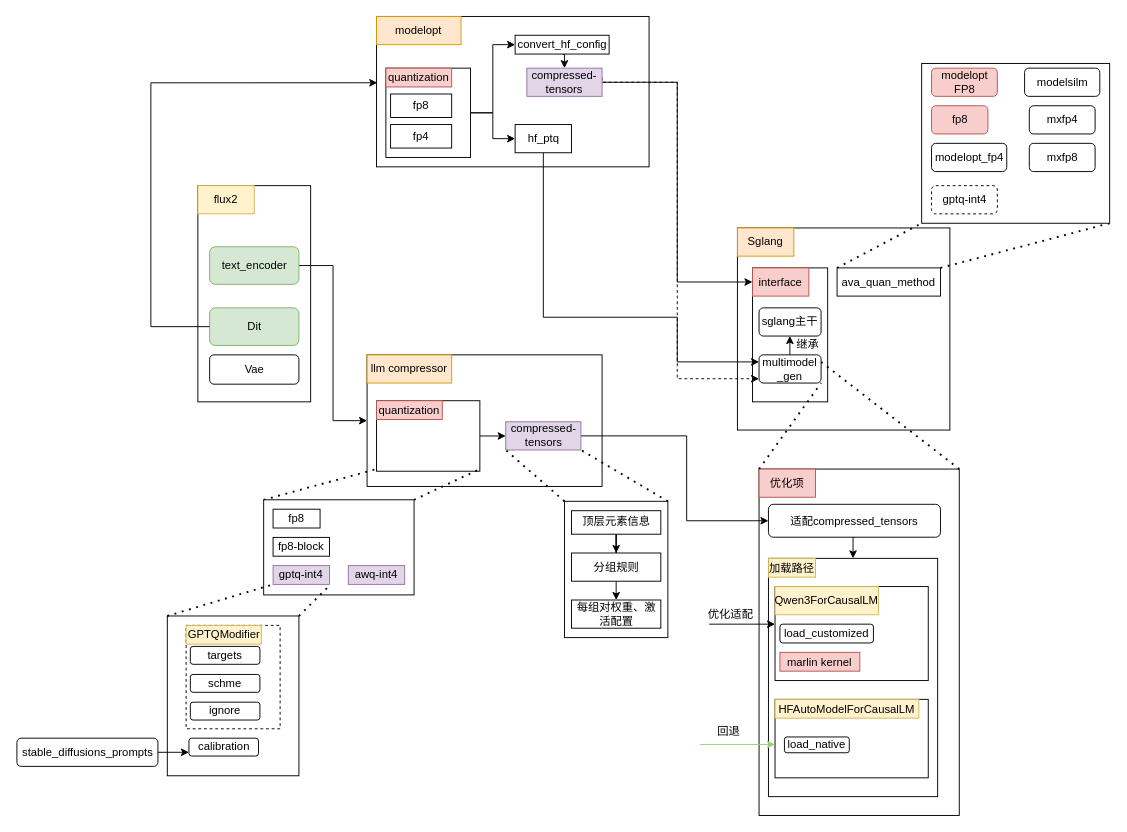
mth-del/Ai_Infra keeps this draw.io diagram as resouces/llm_comperssor.drawio. Above is the earlier version. Source tidied: cells renumbered, new cells numbered last; positions are measured from the earlier drawing's top-left corner, leaving out a move shared by most shapes. Both pictures are drawn from the tidied source at 94%, with x=0, y=0 at pixel (17, 16).
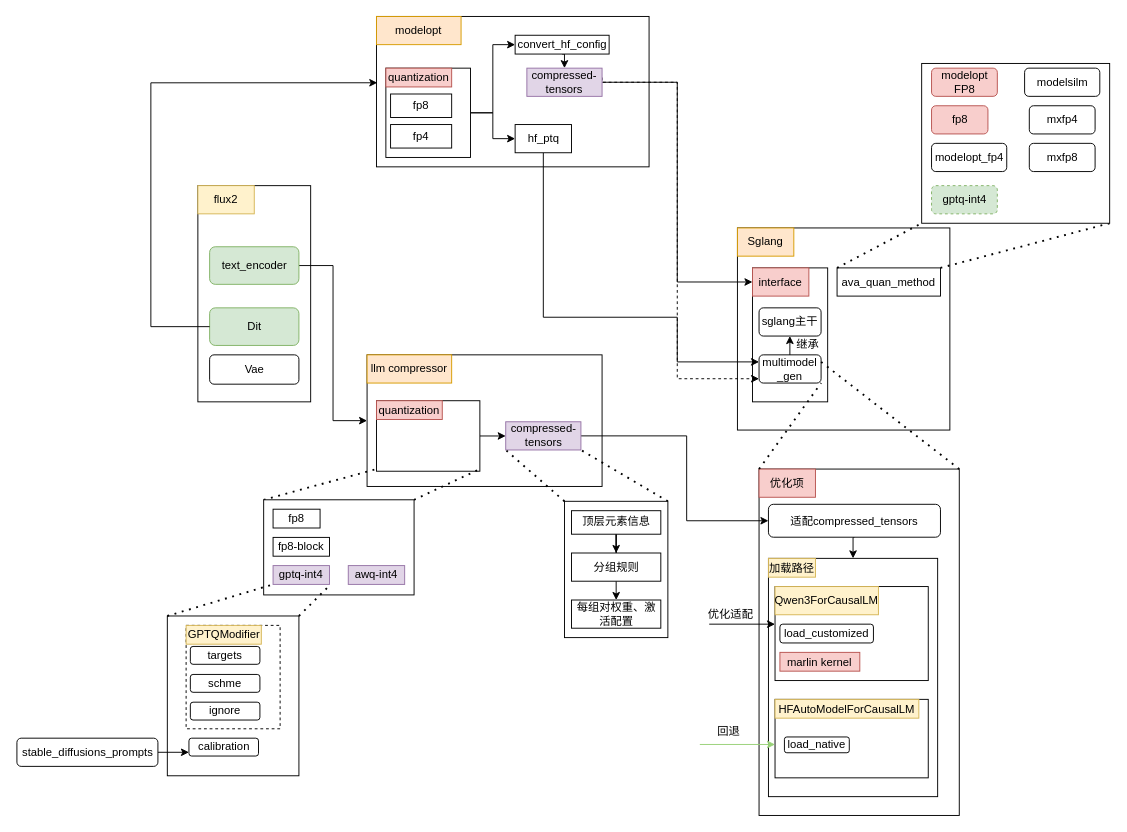
The same diagram, later.

What changed in the source:
```diff
@@
-    <mxCell id="77" value="gptq-int4" style="rounded=1;whiteSpace=wrap;html=1;dashed=1;" parent="1" vertex="1">
+    <mxCell id="77" value="gptq-int4" style="rounded=1;whiteSpace=wrap;html=1;dashed=1;fillColor=#d5e8d4;strokeColor=#82b366;" parent="1" vertex="1">
       <mxGeometry x="972.5" y="180" width="70" height="30" as="geometry" />
     </mxCell>
```
